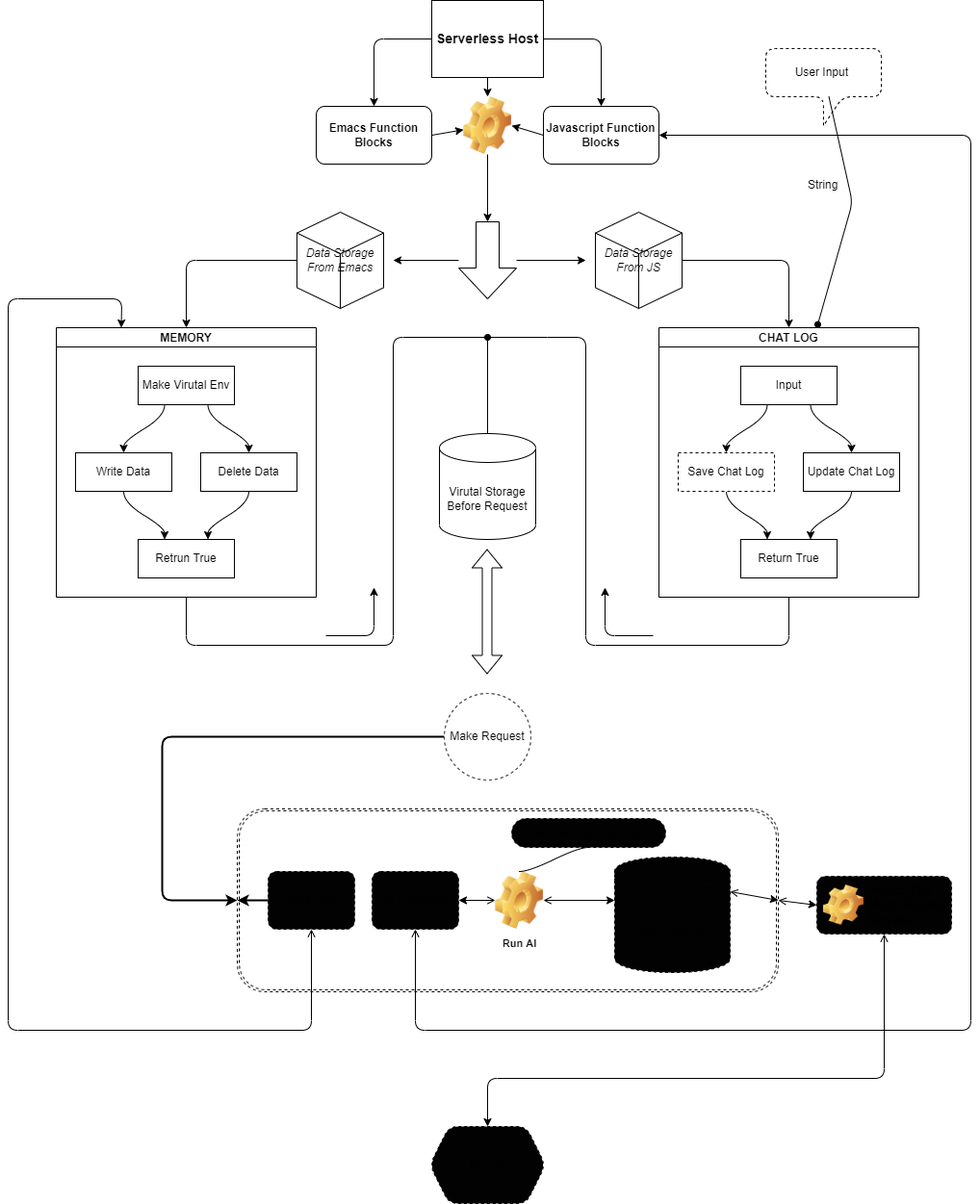
This is draw.png from phaticusthiccy/Eva, a draw.io export, as it was before one commit. Source tidied: cells renumbered, new cells last; positions are measured from the earlier drawing's top-left corner, leaving out a move shared by most shapes.
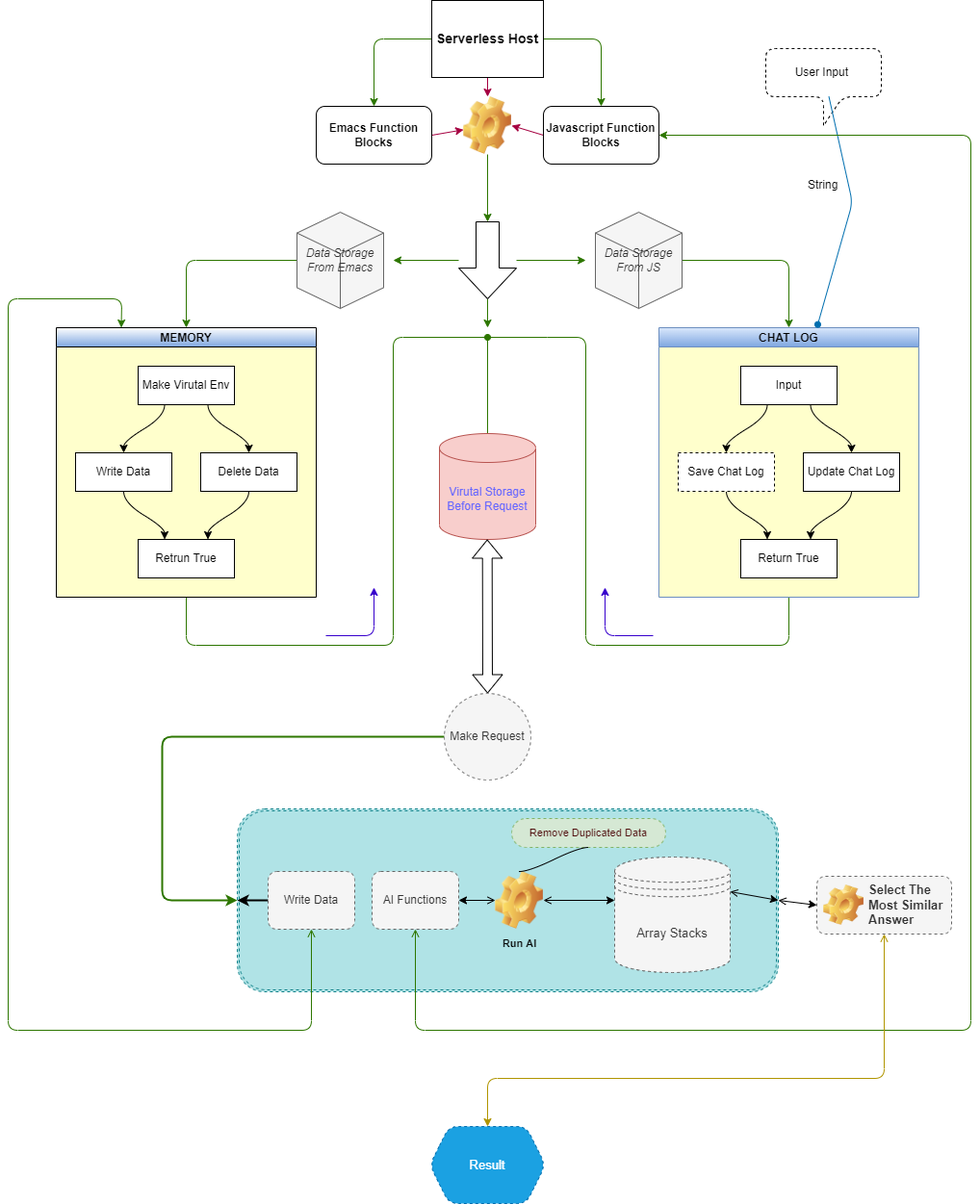
The same file after the commit.

The edit, as a diff of the source:
```diff
@@ -4,3 +4,3 @@
     <mxCell id="1" parent="0" />
-    <mxCell id="2" style="edgeStyle=none;html=1;exitX=0;exitY=0.5;exitDx=0;exitDy=0;fontSize=12;entryX=0.5;entryY=0;entryDx=0;entryDy=0;" parent="1" edge="1" source="5" target="7">
+    <mxCell id="2" style="edgeStyle=none;html=1;exitX=0;exitY=0.5;exitDx=0;exitDy=0;fontSize=12;entryX=0.5;entryY=0;entryDx=0;entryDy=0;fillColor=#60a917;strokeColor=#2D7600;" parent="1" edge="1" source="5" target="7">
       <mxGeometry relative="1" as="geometry">
@@ -11,3 +11,3 @@
     </mxCell>
-    <mxCell id="3" style="edgeStyle=none;html=1;exitX=1;exitY=0.5;exitDx=0;exitDy=0;fontSize=12;entryX=0.5;entryY=0;entryDx=0;entryDy=0;" parent="1" edge="1" source="5" target="9">
+    <mxCell id="3" style="edgeStyle=none;html=1;exitX=1;exitY=0.5;exitDx=0;exitDy=0;fontSize=12;entryX=0.5;entryY=0;entryDx=0;entryDy=0;fillColor=#60a917;strokeColor=#2D7600;" parent="1" edge="1" source="5" target="9">
       <mxGeometry relative="1" as="geometry">
@@ -18,3 +18,3 @@
     </mxCell>
-    <mxCell id="4" style="edgeStyle=none;html=1;exitX=0.5;exitY=1;exitDx=0;exitDy=0;entryX=0.5;entryY=0;entryDx=0;entryDy=0;fontSize=12;" parent="1" edge="1" source="5" target="11">
+    <mxCell id="4" style="edgeStyle=none;html=1;exitX=0.5;exitY=1;exitDx=0;exitDy=0;entryX=0.5;entryY=0;entryDx=0;entryDy=0;fontSize=12;fillColor=#d80073;strokeColor=#A50040;" parent="1" edge="1" source="5" target="11">
       <mxGeometry relative="1" as="geometry" />
@@ -24,3 +24,3 @@
     </mxCell>
-    <mxCell id="6" style="edgeStyle=none;html=1;exitX=1;exitY=0.5;exitDx=0;exitDy=0;fontSize=12;" parent="1" edge="1" source="7" target="11">
+    <mxCell id="6" style="edgeStyle=none;html=1;exitX=1;exitY=0.5;exitDx=0;exitDy=0;fontSize=12;fillColor=#d80073;strokeColor=#A50040;" parent="1" edge="1" source="7" target="11">
       <mxGeometry relative="1" as="geometry" />
@@ -30,3 +30,3 @@
     </mxCell>
-    <mxCell id="8" style="edgeStyle=none;html=1;exitX=0;exitY=0.5;exitDx=0;exitDy=0;entryX=1;entryY=0.5;entryDx=0;entryDy=0;fontSize=12;" parent="1" edge="1" source="9" target="11">
+    <mxCell id="8" style="edgeStyle=none;html=1;exitX=0;exitY=0.5;exitDx=0;exitDy=0;entryX=1;entryY=0.5;entryDx=0;entryDy=0;fontSize=12;fillColor=#d80073;strokeColor=#A50040;" parent="1" edge="1" source="9" target="11">
       <mxGeometry relative="1" as="geometry" />
@@ -36,3 +36,3 @@
     </mxCell>
-    <mxCell id="10" style="edgeStyle=none;html=1;fontSize=12;" parent="1" edge="1" source="11" target="14">
+    <mxCell id="10" style="edgeStyle=none;html=1;fontSize=12;fillColor=#60a917;strokeColor=#2D7600;" parent="1" edge="1" source="11" target="14">
       <mxGeometry relative="1" as="geometry" />
@@ -42,3 +42,3 @@
     </mxCell>
-    <mxCell id="12" style="edgeStyle=none;html=1;fontSize=12;" parent="1" edge="1" source="14">
+    <mxCell id="12" style="edgeStyle=none;html=1;fontSize=12;fillColor=#60a917;strokeColor=#2D7600;" parent="1" edge="1" source="14">
       <mxGeometry relative="1" as="geometry">
@@ -47,3 +47,3 @@
     </mxCell>
-    <mxCell id="13" style="edgeStyle=none;html=1;fontSize=12;" parent="1" edge="1" source="14">
+    <mxCell id="13" style="edgeStyle=none;html=1;fontSize=12;fillColor=#60a917;strokeColor=#2D7600;" parent="1" edge="1" source="14">
       <mxGeometry relative="1" as="geometry">
@@ -52,2 +52,10 @@
     </mxCell>
+    <mxCell id="68" style="edgeStyle=none;sketch=0;html=1;exitX=1;exitY=0.5;exitDx=0;exitDy=0;exitPerimeter=0;fontSize=13;fontColor=#6666FF;startArrow=none;startFill=0;endArrow=classic;endFill=1;strokeColor=#2D7600;strokeWidth=1;fillColor=#60a917;" parent="1" edge="1" source="14">
+      <mxGeometry relative="1" as="geometry">
+        <mxPoint x="498" y="340" as="targetPoint" />
+        <Array as="points">
+          <mxPoint x="498" y="340" />
+        </Array>
+      </mxGeometry>
+    </mxCell>
     <mxCell id="14" style="shape=singleArrow;whiteSpace=wrap;html=1;arrowWidth=0.4;arrowSize=0.4;verticalAlign=top;direction=south;" parent="1" vertex="1">
@@ -55,3 +63,3 @@
     </mxCell>
-    <mxCell id="15" style="edgeStyle=none;html=1;fontSize=12;endArrow=oval;endFill=1;" parent="1" edge="1" source="16">
+    <mxCell id="15" style="edgeStyle=none;html=1;fontSize=12;endArrow=oval;endFill=1;fillColor=#60a917;strokeColor=#2D7600;" parent="1" edge="1" source="16">
       <mxGeometry relative="1" as="geometry">
@@ -60,6 +68,6 @@
     </mxCell>
-    <mxCell id="16" value="Virutal Storage Before Request" style="shape=cylinder3;whiteSpace=wrap;html=1;boundedLbl=1;backgroundOutline=1;size=15;fontSize=12;" parent="1" vertex="1">
+    <mxCell id="16" value="&lt;font color=&quot;#6666ff&quot;&gt;Virutal Storage Before Request&lt;/font&gt;" style="shape=cylinder3;whiteSpace=wrap;html=1;boundedLbl=1;backgroundOutline=1;size=15;fontSize=12;fillColor=#f8cecc;strokeColor=#b85450;" parent="1" vertex="1">
       <mxGeometry x="448" y="450" width="100" height="110" as="geometry" />
     </mxCell>
-    <mxCell id="17" style="edgeStyle=none;html=1;fontSize=12;entryX=0.5;entryY=0;entryDx=0;entryDy=0;" parent="1" edge="1" source="18" target="32">
+    <mxCell id="17" style="edgeStyle=none;html=1;fontSize=12;entryX=0.5;entryY=0;entryDx=0;entryDy=0;fillColor=#60a917;strokeColor=#2D7600;" parent="1" edge="1" source="18" target="32">
       <mxGeometry relative="1" as="geometry">
@@ -70,6 +78,6 @@
     </mxCell>
-    <mxCell id="18" value="&lt;i&gt;Data Storage From Emacs&lt;/i&gt;" style="html=1;whiteSpace=wrap;shape=isoCube2;backgroundOutline=1;isoAngle=15;fontSize=12;" parent="1" vertex="1">
+    <mxCell id="18" value="&lt;i&gt;Data Storage From Emacs&lt;/i&gt;" style="html=1;whiteSpace=wrap;shape=isoCube2;backgroundOutline=1;isoAngle=15;fontSize=12;fillColor=#f5f5f5;fontColor=#333333;strokeColor=#666666;" parent="1" vertex="1">
       <mxGeometry x="300" y="220" width="90" height="100" as="geometry" />
     </mxCell>
-    <mxCell id="19" style="edgeStyle=none;html=1;exitX=1;exitY=0.5;exitDx=0;exitDy=0;exitPerimeter=0;fontSize=12;entryX=0.5;entryY=0;entryDx=0;entryDy=0;" parent="1" edge="1" source="20" target="22">
+    <mxCell id="19" style="edgeStyle=none;html=1;exitX=1;exitY=0.5;exitDx=0;exitDy=0;exitPerimeter=0;fontSize=12;entryX=0.5;entryY=0;entryDx=0;entryDy=0;fillColor=#60a917;strokeColor=#2D7600;" parent="1" edge="1" source="20" target="22">
       <mxGeometry relative="1" as="geometry">
@@ -80,6 +88,6 @@
     </mxCell>
-    <mxCell id="20" value="&lt;i&gt;Data Storage From JS&lt;/i&gt;" style="html=1;whiteSpace=wrap;shape=isoCube2;backgroundOutline=1;isoAngle=15;fontSize=12;direction=east;" parent="1" vertex="1">
+    <mxCell id="20" value="&lt;i&gt;Data Storage From JS&lt;/i&gt;" style="html=1;whiteSpace=wrap;shape=isoCube2;backgroundOutline=1;isoAngle=15;fontSize=12;direction=east;fillColor=#f5f5f5;fontColor=#333333;strokeColor=#666666;" parent="1" vertex="1">
       <mxGeometry x="610" y="220" width="90" height="100" as="geometry" />
     </mxCell>
-    <mxCell id="21" style="edgeStyle=none;html=1;fontSize=12;endArrow=none;endFill=0;" parent="1" edge="1" source="22">
+    <mxCell id="21" style="edgeStyle=none;html=1;fontSize=12;endArrow=none;endFill=0;fillColor=#60a917;strokeColor=#2D7600;" parent="1" edge="1" source="22">
       <mxGeometry relative="1" as="geometry">
@@ -93,3 +101,3 @@
     </mxCell>
-    <mxCell id="22" value="CHAT LOG" style="swimlane;startSize=20;horizontal=1;flowOrientation=north;interRankCellSpacing=50;containerType=tree;fontSize=12;" parent="1" vertex="1">
+    <mxCell id="22" value="CHAT LOG" style="swimlane;startSize=20;horizontal=1;flowOrientation=north;interRankCellSpacing=50;containerType=tree;fontSize=12;fillColor=#dae8fc;gradientColor=#7ea6e0;strokeColor=#6c8ebf;swimlaneFillColor=#FFFFCC;" parent="1" vertex="1">
       <mxGeometry x="676" y="340" width="270" height="280" as="geometry" />
@@ -140,3 +148,3 @@
     </mxCell>
-    <mxCell id="31" style="edgeStyle=none;html=1;exitX=0.5;exitY=1;exitDx=0;exitDy=0;fontSize=12;endArrow=none;endFill=0;" parent="1" edge="1" source="32">
+    <mxCell id="31" style="edgeStyle=none;html=1;exitX=0.5;exitY=1;exitDx=0;exitDy=0;fontSize=12;endArrow=none;endFill=0;fillColor=#60a917;strokeColor=#2D7600;" parent="1" edge="1" source="32">
       <mxGeometry relative="1" as="geometry">
@@ -150,3 +158,3 @@
     </mxCell>
-    <mxCell id="32" value="MEMORY" style="swimlane;startSize=20;horizontal=1;flowOrientation=north;interRankCellSpacing=50;containerType=tree;fontSize=12;" parent="1" vertex="1">
+    <mxCell id="32" value="MEMORY" style="swimlane;startSize=20;horizontal=1;flowOrientation=north;interRankCellSpacing=50;containerType=tree;fontSize=12;swimlaneFillColor=#FFFFCC;gradientColor=#7EA6E0;" parent="1" vertex="1">
       <mxGeometry x="50" y="340" width="270" height="280" as="geometry" />
@@ -200,3 +208,3 @@
     </mxCell>
-    <mxCell id="42" style="endArrow=oval;html=1;fontSize=12;entryX=0.611;entryY=-0.012;entryDx=0;entryDy=0;entryPerimeter=0;endFill=1;" parent="1" edge="1" source="41" target="22">
+    <mxCell id="42" style="endArrow=oval;html=1;fontSize=12;entryX=0.611;entryY=-0.012;entryDx=0;entryDy=0;entryPerimeter=0;endFill=1;fillColor=#1ba1e2;strokeColor=#006EAF;" parent="1" edge="1" source="41" target="22">
       <mxGeometry relative="1" as="geometry">
@@ -212,3 +220,3 @@
     </mxCell>
-    <mxCell id="44" style="edgeStyle=segmentEdgeStyle;endArrow=classic;html=1;fontSize=12;" parent="1" edge="1">
+    <mxCell id="44" style="edgeStyle=segmentEdgeStyle;endArrow=classic;html=1;fontSize=12;fillColor=#6a00ff;strokeColor=#3700CC;" parent="1" edge="1">
       <mxGeometry relative="1" as="geometry">
@@ -218,3 +226,3 @@
     </mxCell>
-    <mxCell id="45" style="edgeStyle=segmentEdgeStyle;endArrow=classic;html=1;fontSize=12;strokeColor=default;" parent="1" edge="1">
+    <mxCell id="45" style="edgeStyle=segmentEdgeStyle;endArrow=classic;html=1;fontSize=12;strokeColor=#3700CC;fillColor=#6a00ff;" parent="1" edge="1">
       <mxGeometry relative="1" as="geometry">
@@ -224,9 +232,8 @@
     </mxCell>
-    <mxCell id="46" style="shape=flexArrow;endArrow=classic;startArrow=classic;html=1;fontSize=12;strokeColor=default;sketch=0;" parent="1" edge="1">
+    <mxCell id="46" style="shape=flexArrow;endArrow=classic;startArrow=classic;html=1;fontSize=12;strokeColor=default;sketch=0;fillColor=default;exitX=0.5;exitY=0;exitDx=0;exitDy=0;" parent="1" edge="1" source="48">
       <mxGeometry relative="1" as="geometry">
-        <mxPoint x="497.5" y="700" as="sourcePoint" />
-        <mxPoint x="497.5" y="570" as="targetPoint" />
+        <mxPoint x="497.7" y="560" as="targetPoint" />
       </mxGeometry>
     </mxCell>
-    <mxCell id="47" style="edgeStyle=none;sketch=0;html=1;fontSize=12;endArrow=classic;endFill=1;strokeColor=default;entryX=0;entryY=0.5;entryDx=0;entryDy=0;strokeWidth=2;" parent="1" edge="1" source="48" target="50">
+    <mxCell id="47" style="edgeStyle=none;sketch=0;html=1;fontSize=12;endArrow=classic;endFill=1;strokeColor=#2D7600;entryX=0;entryY=0.5;entryDx=0;entryDy=0;strokeWidth=2;fillColor=#60a917;" parent="1" edge="1" source="48" target="50">
       <mxGeometry relative="1" as="geometry">
@@ -238,3 +245,3 @@
     </mxCell>
-    <mxCell id="48" value="Make Request" style="ellipse;whiteSpace=wrap;html=1;rounded=1;shadow=0;dashed=1;sketch=0;fontSize=12;" parent="1" vertex="1">
+    <mxCell id="48" value="Make Request" style="ellipse;whiteSpace=wrap;html=1;rounded=1;shadow=0;dashed=1;sketch=0;fontSize=12;fillColor=#f5f5f5;fontColor=#333333;strokeColor=#666666;" parent="1" vertex="1">
       <mxGeometry x="453" y="720" width="90" height="90" as="geometry" />
@@ -244,9 +251,9 @@
     </mxCell>
-    <mxCell id="50" style="shape=ext;double=1;rounded=1;whiteSpace=wrap;html=1;shadow=0;dashed=1;sketch=0;fontSize=12;" parent="1" vertex="1">
+    <mxCell id="50" style="shape=ext;double=1;rounded=1;whiteSpace=wrap;html=1;shadow=0;dashed=1;sketch=0;fontSize=12;fillColor=#b0e3e6;strokeColor=#0e8088;" parent="1" vertex="1">
       <mxGeometry x="238" y="840" width="562" height="190" as="geometry" />
     </mxCell>
-    <mxCell id="51" style="edgeStyle=none;sketch=0;html=1;entryX=1;entryY=0.5;entryDx=0;entryDy=0;fontSize=12;startArrow=open;startFill=0;endArrow=classic;endFill=1;strokeColor=default;strokeWidth=1;" parent="1" edge="1" source="53" target="59">
+    <mxCell id="51" style="edgeStyle=none;sketch=0;html=1;entryX=1;entryY=0.5;entryDx=0;entryDy=0;fontSize=12;startArrow=open;startFill=0;endArrow=classic;endFill=1;strokeWidth=1;" parent="1" edge="1" source="53" target="59">
       <mxGeometry relative="1" as="geometry" />
     </mxCell>
-    <mxCell id="52" style="edgeStyle=none;sketch=0;html=1;exitX=1;exitY=0.5;exitDx=0;exitDy=0;fontSize=11;startArrow=open;startFill=0;endArrow=classic;endFill=1;strokeColor=default;strokeWidth=1;" parent="1" edge="1" source="53">
+    <mxCell id="52" style="edgeStyle=none;sketch=0;html=1;exitX=1;exitY=0.5;exitDx=0;exitDy=0;fontSize=11;startArrow=open;startFill=0;endArrow=classic;endFill=1;strokeWidth=1;" parent="1" edge="1" source="53">
       <mxGeometry relative="1" as="geometry">
@@ -261,3 +268,3 @@
     </mxCell>
-    <mxCell id="55" style="edgeStyle=none;sketch=0;html=1;fontSize=12;endArrow=classic;endFill=1;strokeColor=default;strokeWidth=1;entryX=0.25;entryY=0;entryDx=0;entryDy=0;startArrow=open;startFill=0;" parent="1" edge="1" source="56" target="32">
+    <mxCell id="55" style="edgeStyle=none;sketch=0;html=1;fontSize=12;endArrow=classic;endFill=1;strokeColor=#2D7600;strokeWidth=1;entryX=0.25;entryY=0;entryDx=0;entryDy=0;startArrow=open;startFill=0;fillColor=#60a917;" parent="1" edge="1" source="56" target="32">
       <mxGeometry relative="1" as="geometry">
@@ -271,3 +278,3 @@
     </mxCell>
-    <mxCell id="56" value="Write Data" style="whiteSpace=wrap;html=1;align=center;verticalAlign=middle;newEdgeStyle={&quot;edgeStyle&quot;:&quot;elbowEdgeStyle&quot;,&quot;startArrow&quot;:&quot;none&quot;,&quot;endArrow&quot;:&quot;none&quot;};rounded=1;shadow=0;dashed=1;sketch=0;fontSize=12;strokeColor=default;fillColor=#030202;gradientColor=none;" parent="1" vertex="1">
+    <mxCell id="56" value="Write Data" style="whiteSpace=wrap;html=1;align=center;verticalAlign=middle;newEdgeStyle={&quot;edgeStyle&quot;:&quot;elbowEdgeStyle&quot;,&quot;startArrow&quot;:&quot;none&quot;,&quot;endArrow&quot;:&quot;none&quot;};rounded=1;shadow=0;dashed=1;sketch=0;fontSize=12;strokeColor=#666666;fillColor=#f5f5f5;fontColor=#333333;" parent="1" vertex="1">
       <mxGeometry x="270" y="905" width="90" height="60" as="geometry" />
@@ -282,3 +289,3 @@
     </mxCell>
-    <mxCell id="58" style="edgeStyle=none;sketch=0;html=1;fontSize=12;startArrow=open;startFill=0;endArrow=classic;endFill=1;strokeColor=default;strokeWidth=1;entryX=1;entryY=0.5;entryDx=0;entryDy=0;" parent="1" edge="1" source="59" target="9">
+    <mxCell id="58" style="edgeStyle=none;sketch=0;html=1;fontSize=12;startArrow=open;startFill=0;endArrow=classic;endFill=1;strokeColor=#2D7600;strokeWidth=1;entryX=1;entryY=0.5;entryDx=0;entryDy=0;fillColor=#60a917;" parent="1" edge="1" source="59" target="9">
       <mxGeometry relative="1" as="geometry">
@@ -291,3 +298,3 @@
     </mxCell>
-    <mxCell id="59" value="AI Functions" style="whiteSpace=wrap;html=1;align=center;verticalAlign=middle;newEdgeStyle={&quot;edgeStyle&quot;:&quot;elbowEdgeStyle&quot;,&quot;startArrow&quot;:&quot;none&quot;,&quot;endArrow&quot;:&quot;none&quot;};rounded=1;shadow=0;dashed=1;sketch=0;fontSize=12;strokeColor=default;fillColor=#030202;gradientColor=none;" parent="1" vertex="1">
+    <mxCell id="59" value="AI Functions" style="whiteSpace=wrap;html=1;align=center;verticalAlign=middle;newEdgeStyle={&quot;edgeStyle&quot;:&quot;elbowEdgeStyle&quot;,&quot;startArrow&quot;:&quot;none&quot;,&quot;endArrow&quot;:&quot;none&quot;};rounded=1;shadow=0;dashed=1;sketch=0;fontSize=12;strokeColor=#666666;fillColor=#f5f5f5;fontColor=#333333;" parent="1" vertex="1">
       <mxGeometry x="378" y="905" width="90" height="60" as="geometry" />
@@ -297,3 +304,3 @@
     </mxCell>
-    <mxCell id="61" value="Remove Duplicated Data" style="whiteSpace=wrap;html=1;rounded=1;arcSize=50;align=center;verticalAlign=middle;strokeWidth=1;spacing=4;newEdgeStyle={&quot;edgeStyle&quot;:&quot;entityRelationEdgeStyle&quot;,&quot;startArrow&quot;:&quot;none&quot;,&quot;endArrow&quot;:&quot;none&quot;,&quot;segment&quot;:10,&quot;curved&quot;:1};shadow=0;dashed=1;sketch=0;fontSize=11;fillColor=#030202;gradientColor=none;" parent="1" vertex="1">
+    <mxCell id="61" value="Remove Duplicated Data" style="whiteSpace=wrap;html=1;rounded=1;arcSize=50;align=center;verticalAlign=middle;strokeWidth=1;spacing=4;newEdgeStyle={&quot;edgeStyle&quot;:&quot;entityRelationEdgeStyle&quot;,&quot;startArrow&quot;:&quot;none&quot;,&quot;endArrow&quot;:&quot;none&quot;,&quot;segment&quot;:10,&quot;curved&quot;:1};shadow=0;dashed=1;sketch=0;fontSize=11;fillColor=#d5e8d4;strokeColor=#82b366;fontColor=#4F0D0D;" parent="1" vertex="1">
       <mxGeometry x="523" y="850" width="160" height="30" as="geometry" />
@@ -306,9 +313,9 @@
     </mxCell>
-    <mxCell id="64" value="Array Stacks" style="shape=datastore;whiteSpace=wrap;html=1;rounded=1;shadow=0;dashed=1;sketch=0;fontSize=13;strokeColor=default;fillColor=#030202;gradientColor=none;" parent="1" vertex="1">
+    <mxCell id="64" value="Array Stacks" style="shape=datastore;whiteSpace=wrap;html=1;rounded=1;shadow=0;dashed=1;sketch=0;fontSize=13;strokeColor=#666666;fillColor=#f5f5f5;fontColor=#333333;" parent="1" vertex="1">
       <mxGeometry x="630" y="890" width="120" height="120" as="geometry" />
     </mxCell>
-    <mxCell id="65" value="Result" style="shape=hexagon;perimeter=hexagonPerimeter2;whiteSpace=wrap;html=1;fixedSize=1;rounded=1;shadow=0;dashed=1;sketch=0;fontSize=13;strokeColor=default;fillColor=#030202;gradientColor=none;" parent="1" vertex="1">
+    <mxCell id="65" value="Result" style="shape=hexagon;perimeter=hexagonPerimeter2;whiteSpace=wrap;html=1;fixedSize=1;rounded=1;shadow=0;dashed=1;sketch=0;fontSize=13;strokeColor=#006EAF;fillColor=#1ba1e2;fontColor=#ffffff;" parent="1" vertex="1">
       <mxGeometry x="438" y="1170" width="120" height="80" as="geometry" />
     </mxCell>
-    <mxCell id="66" style="edgeStyle=none;sketch=0;html=1;fontSize=13;startArrow=open;startFill=0;endArrow=classic;endFill=1;strokeColor=default;strokeWidth=1;entryX=0.5;entryY=0;entryDx=0;entryDy=0;" parent="1" edge="1" source="67" target="65">
+    <mxCell id="66" style="edgeStyle=none;sketch=0;html=1;fontSize=13;startArrow=open;startFill=0;endArrow=classic;endFill=1;strokeColor=#B09500;strokeWidth=1;entryX=0.5;entryY=0;entryDx=0;entryDy=0;fillColor=#e3c800;" parent="1" edge="1" source="67" target="65">
       <mxGeometry relative="1" as="geometry">
@@ -320,3 +327,3 @@
     </mxCell>
-    <mxCell id="67" value="Select The Most Similar Answer" style="label;whiteSpace=wrap;html=1;image=img/clipart/Gear_128x128.png;rounded=1;shadow=0;dashed=1;sketch=0;fontSize=13;strokeColor=default;fillColor=#030202;gradientColor=none;" parent="1" vertex="1">
+    <mxCell id="67" value="Select The Most Similar Answer" style="label;whiteSpace=wrap;html=1;image=img/clipart/Gear_128x128.png;rounded=1;shadow=0;dashed=1;sketch=0;fontSize=13;strokeColor=#666666;fillColor=#f5f5f5;fontColor=#333333;" parent="1" vertex="1">
       <mxGeometry x="840" y="910" width="140" height="60" as="geometry" />
```
